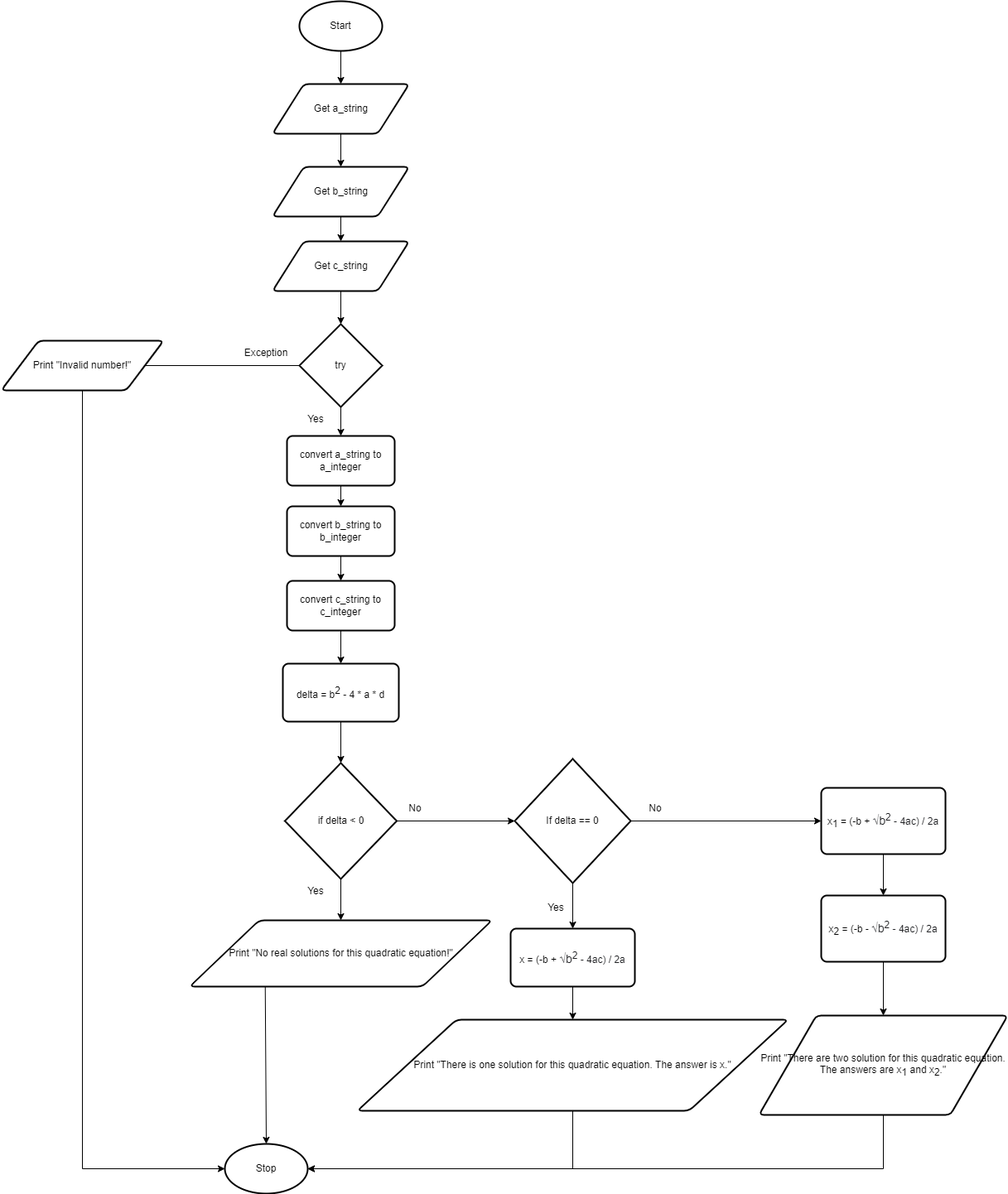
Yiyun-Qin/ICS3U-Assignment4-Python keeps this draw.io diagram as design.quadratic.flowchart.png. Above is the earlier version. Source tidied: cells renumbered, new cells last; positions are measured from the earlier drawing's top-left corner, leaving out a move shared by most shapes. The source it was exported from:
```xml
<mxGraphModel>
  <root>
    <mxCell id="0" />
    <mxCell id="1" parent="0" />
    <mxCell id="2" style="edgeStyle=none;html=1;exitX=0.5;exitY=1;exitDx=0;exitDy=0;exitPerimeter=0;entryX=0.5;entryY=0;entryDx=0;entryDy=0;" parent="1" edge="1" source="3" target="5">
      <mxGeometry relative="1" as="geometry" />
    </mxCell>
    <mxCell id="3" value="Start" style="strokeWidth=2;html=1;shape=mxgraph.flowchart.start_1;whiteSpace=wrap;" parent="1" vertex="1">
      <mxGeometry x="360" width="100" height="60" as="geometry" />
    </mxCell>
    <mxCell id="4" style="edgeStyle=none;html=1;exitX=0.5;exitY=1;exitDx=0;exitDy=0;entryX=0.5;entryY=0;entryDx=0;entryDy=0;" parent="1" edge="1" source="5" target="20">
      <mxGeometry relative="1" as="geometry" />
    </mxCell>
    <mxCell id="5" value="Get a_string" style="shape=parallelogram;html=1;strokeWidth=2;perimeter=parallelogramPerimeter;whiteSpace=wrap;rounded=1;arcSize=12;size=0.23;" parent="1" vertex="1">
      <mxGeometry x="327.5" y="100" width="165" height="60" as="geometry" />
    </mxCell>
    <mxCell id="6" value="Stop" style="strokeWidth=2;html=1;shape=mxgraph.flowchart.start_1;whiteSpace=wrap;" parent="1" vertex="1">
      <mxGeometry x="270" y="1380" width="100" height="60" as="geometry" />
    </mxCell>
    <mxCell id="7" value="Yes" style="text;html=1;strokeColor=none;fillColor=none;align=center;verticalAlign=middle;whiteSpace=wrap;rounded=0;" parent="1" vertex="1">
      <mxGeometry x="350" y="490" width="60" height="30" as="geometry" />
    </mxCell>
    <mxCell id="8" value="No" style="text;html=1;strokeColor=none;fillColor=none;align=center;verticalAlign=middle;whiteSpace=wrap;rounded=0;" parent="1" vertex="1">
      <mxGeometry x="470" y="960" width="60" height="30" as="geometry" />
    </mxCell>
    <mxCell id="9" style="edgeStyle=none;html=1;exitX=0.5;exitY=1;exitDx=0;exitDy=0;exitPerimeter=0;entryX=0.5;entryY=0;entryDx=0;entryDy=0;" parent="1" edge="1" source="11" target="13">
      <mxGeometry relative="1" as="geometry" />
    </mxCell>
    <mxCell id="10" style="edgeStyle=none;html=1;exitX=1;exitY=0.5;exitDx=0;exitDy=0;exitPerimeter=0;entryX=0;entryY=0.5;entryDx=0;entryDy=0;" parent="1" edge="1" source="11" target="15">
      <mxGeometry relative="1" as="geometry" />
    </mxCell>
    <mxCell id="11" value="try" style="strokeWidth=2;html=1;shape=mxgraph.flowchart.decision;whiteSpace=wrap;" parent="1" vertex="1">
      <mxGeometry x="360" y="390" width="100" height="100" as="geometry" />
    </mxCell>
    <mxCell id="12" style="edgeStyle=none;html=1;exitX=0.5;exitY=1;exitDx=0;exitDy=0;entryX=0.5;entryY=0;entryDx=0;entryDy=0;" parent="1" edge="1" source="13" target="24">
      <mxGeometry relative="1" as="geometry" />
    </mxCell>
    <mxCell id="13" value="convert a_string to a&lt;span style=&quot;color: rgba(0 , 0 , 0 , 0) ; font-family: monospace ; font-size: 0px&quot;&gt;%3CmxGraphModel%3E%3Croot%3E%3CmxCell%20id%3D%220%22%2F%3E%3CmxCell%20id%3D%221%22%20parent%3D%220%22%2F%3E%3CmxCell%20id%3D%222%22%20value%3D%22Get%20a_string%22%20style%3D%22shape%3Dparallelogram%3Bhtml%3D1%3BstrokeWidth%3D2%3Bperimeter%3DparallelogramPerimeter%3BwhiteSpace%3Dwrap%3Brounded%3D1%3BarcSize%3D12%3Bsize%3D0.23%3B%22%20vertex%3D%221%22%20parent%3D%221%22%3E%3CmxGeometry%20x%3D%22147.5%22%20y%3D%22100%22%20width%3D%22165%22%20height%3D%2260%22%20as%3D%22geometry%22%2F%3E%3C%2FmxCell%3E%3C%2Froot%3E%3C%2FmxGraphModel%3E&lt;/span&gt;_integer" style="rounded=1;whiteSpace=wrap;html=1;absoluteArcSize=1;arcSize=14;strokeWidth=2;" parent="1" vertex="1">
      <mxGeometry x="345" y="525" width="130" height="60" as="geometry" />
    </mxCell>
    <mxCell id="14" style="edgeStyle=orthogonalEdgeStyle;rounded=0;html=1;exitX=0.5;exitY=1;exitDx=0;exitDy=0;entryX=0;entryY=0.5;entryDx=0;entryDy=0;entryPerimeter=0;" parent="1" edge="1" source="15" target="6">
      <mxGeometry relative="1" as="geometry" />
    </mxCell>
    <mxCell id="15" value="Print &quot;Invalid number!&quot;" style="shape=parallelogram;html=1;strokeWidth=2;perimeter=parallelogramPerimeter;whiteSpace=wrap;rounded=1;arcSize=12;size=0.23;" parent="1" vertex="1">
      <mxGeometry y="410" width="196" height="60" as="geometry" />
    </mxCell>
    <mxCell id="16" value="Exception" style="text;html=1;strokeColor=none;fillColor=none;align=center;verticalAlign=middle;whiteSpace=wrap;rounded=0;" parent="1" vertex="1">
      <mxGeometry x="290" y="410" width="60" height="30" as="geometry" />
    </mxCell>
    <mxCell id="17" style="edgeStyle=none;html=1;exitX=0.25;exitY=1;exitDx=0;exitDy=0;entryX=0.5;entryY=0;entryDx=0;entryDy=0;entryPerimeter=0;" parent="1" edge="1" source="18" target="6">
      <mxGeometry relative="1" as="geometry" />
    </mxCell>
    <mxCell id="18" value="Print &quot;No real solutions for this quadratic equation!&quot;" style="shape=parallelogram;html=1;strokeWidth=2;perimeter=parallelogramPerimeter;whiteSpace=wrap;rounded=1;arcSize=12;size=0.23;" parent="1" vertex="1">
      <mxGeometry x="227.5" y="1110" width="365" height="80" as="geometry" />
    </mxCell>
    <mxCell id="19" style="edgeStyle=none;html=1;exitX=0.5;exitY=1;exitDx=0;exitDy=0;entryX=0.5;entryY=0;entryDx=0;entryDy=0;" parent="1" edge="1" source="20" target="22">
      <mxGeometry relative="1" as="geometry" />
    </mxCell>
    <mxCell id="20" value="Get b_string" style="shape=parallelogram;html=1;strokeWidth=2;perimeter=parallelogramPerimeter;whiteSpace=wrap;rounded=1;arcSize=12;size=0.23;" parent="1" vertex="1">
      <mxGeometry x="327.5" y="200" width="165" height="60" as="geometry" />
    </mxCell>
    <mxCell id="21" style="edgeStyle=none;html=1;exitX=0.5;exitY=1;exitDx=0;exitDy=0;entryX=0.5;entryY=0;entryDx=0;entryDy=0;entryPerimeter=0;" parent="1" edge="1" source="22" target="11">
      <mxGeometry relative="1" as="geometry" />
    </mxCell>
    <mxCell id="22" value="Get c_string" style="shape=parallelogram;html=1;strokeWidth=2;perimeter=parallelogramPerimeter;whiteSpace=wrap;rounded=1;arcSize=12;size=0.23;" parent="1" vertex="1">
      <mxGeometry x="327.5" y="290" width="165" height="60" as="geometry" />
    </mxCell>
    <mxCell id="23" style="edgeStyle=none;html=1;exitX=0.5;exitY=1;exitDx=0;exitDy=0;entryX=0.5;entryY=0;entryDx=0;entryDy=0;" parent="1" edge="1" source="24" target="26">
      <mxGeometry relative="1" as="geometry" />
    </mxCell>
    <mxCell id="24" value="convert b_string to b&lt;span style=&quot;color: rgba(0 , 0 , 0 , 0) ; font-family: monospace ; font-size: 0px&quot;&gt;%3CmxGraphModel%3E%3Croot%3E%3CmxCell%20id%3D%220%22%2F%3E%3CmxCell%20id%3D%221%22%20parent%3D%220%22%2F%3E%3CmxCell%20id%3D%222%22%20value%3D%22Get%20a_string%22%20style%3D%22shape%3Dparallelogram%3Bhtml%3D1%3BstrokeWidth%3D2%3Bperimeter%3DparallelogramPerimeter%3BwhiteSpace%3Dwrap%3Brounded%3D1%3BarcSize%3D12%3Bsize%3D0.23%3B%22%20vertex%3D%221%22%20parent%3D%221%22%3E%3CmxGeometry%20x%3D%22147.5%22%20y%3D%22100%22%20width%3D%22165%22%20height%3D%2260%22%20as%3D%22geometry%22%2F%3E%3C%2FmxCell%3E%3C%2Froot%3E%3C%2FmxGraphModel%3E&lt;/span&gt;_integer" style="rounded=1;whiteSpace=wrap;html=1;absoluteArcSize=1;arcSize=14;strokeWidth=2;" parent="1" vertex="1">
      <mxGeometry x="345" y="610" width="130" height="60" as="geometry" />
    </mxCell>
    <mxCell id="25" style="edgeStyle=none;html=1;exitX=0.5;exitY=1;exitDx=0;exitDy=0;entryX=0.5;entryY=0;entryDx=0;entryDy=0;" parent="1" edge="1" source="26" target="28">
      <mxGeometry relative="1" as="geometry" />
    </mxCell>
    <mxCell id="26" value="convert c_string to c&lt;span style=&quot;color: rgba(0 , 0 , 0 , 0) ; font-family: monospace ; font-size: 0px&quot;&gt;%3CmxGraphModel%3E%3Croot%3E%3CmxCell%20id%3D%220%22%2F%3E%3CmxCell%20id%3D%221%22%20parent%3D%220%22%2F%3E%3CmxCell%20id%3D%222%22%20value%3D%22Get%20a_string%22%20style%3D%22shape%3Dparallelogram%3Bhtml%3D1%3BstrokeWidth%3D2%3Bperimeter%3DparallelogramPerimeter%3BwhiteSpace%3Dwrap%3Brounded%3D1%3BarcSize%3D12%3Bsize%3D0.23%3B%22%20vertex%3D%221%22%20parent%3D%221%22%3E%3CmxGeometry%20x%3D%22147.5%22%20y%3D%22100%22%20width%3D%22165%22%20height%3D%2260%22%20as%3D%22geometry%22%2F%3E%3C%2FmxCell%3E%3C%2Froot%3E%3C%2FmxGraphModel%3&lt;/span&gt;_integer" style="rounded=1;whiteSpace=wrap;html=1;absoluteArcSize=1;arcSize=14;strokeWidth=2;" parent="1" vertex="1">
      <mxGeometry x="345" y="700" width="130" height="60" as="geometry" />
    </mxCell>
    <mxCell id="27" style="edgeStyle=none;html=1;exitX=0.5;exitY=1;exitDx=0;exitDy=0;entryX=0.5;entryY=0;entryDx=0;entryDy=0;entryPerimeter=0;" parent="1" edge="1" source="28" target="31">
      <mxGeometry relative="1" as="geometry" />
    </mxCell>
    <mxCell id="28" value="delta = b&lt;sup&gt;2&lt;/sup&gt; - 4 * a * d" style="rounded=1;whiteSpace=wrap;html=1;absoluteArcSize=1;arcSize=14;strokeWidth=2;" parent="1" vertex="1">
      <mxGeometry x="340" y="800" width="140" height="70" as="geometry" />
    </mxCell>
    <mxCell id="29" style="edgeStyle=none;html=1;exitX=0.5;exitY=1;exitDx=0;exitDy=0;exitPerimeter=0;entryX=0.5;entryY=0;entryDx=0;entryDy=0;" parent="1" edge="1" source="31" target="18">
      <mxGeometry relative="1" as="geometry" />
    </mxCell>
    <mxCell id="30" style="edgeStyle=none;html=1;exitX=1;exitY=0.5;exitDx=0;exitDy=0;exitPerimeter=0;entryX=0;entryY=0.5;entryDx=0;entryDy=0;entryPerimeter=0;" parent="1" edge="1" source="31" target="35">
      <mxGeometry relative="1" as="geometry" />
    </mxCell>
    <mxCell id="31" value="if delta &amp;lt; 0" style="strokeWidth=2;html=1;shape=mxgraph.flowchart.decision;whiteSpace=wrap;" parent="1" vertex="1">
      <mxGeometry x="342.5" y="920" width="135" height="140" as="geometry" />
    </mxCell>
    <mxCell id="32" value="Yes" style="text;html=1;strokeColor=none;fillColor=none;align=center;verticalAlign=middle;whiteSpace=wrap;rounded=0;" parent="1" vertex="1">
      <mxGeometry x="350" y="1060" width="60" height="30" as="geometry" />
    </mxCell>
    <mxCell id="33" style="edgeStyle=none;html=1;exitX=0.5;exitY=1;exitDx=0;exitDy=0;exitPerimeter=0;entryX=0.5;entryY=0;entryDx=0;entryDy=0;" parent="1" edge="1" source="35" target="37">
      <mxGeometry relative="1" as="geometry" />
    </mxCell>
    <mxCell id="34" style="edgeStyle=none;html=1;exitX=1;exitY=0.5;exitDx=0;exitDy=0;exitPerimeter=0;entryX=0;entryY=0.5;entryDx=0;entryDy=0;" parent="1" edge="1" source="35" target="41">
      <mxGeometry relative="1" as="geometry" />
    </mxCell>
    <mxCell id="35" value="If delta == 0" style="strokeWidth=2;html=1;shape=mxgraph.flowchart.decision;whiteSpace=wrap;" parent="1" vertex="1">
      <mxGeometry x="620" y="915" width="140" height="150" as="geometry" />
    </mxCell>
    <mxCell id="36" style="edgeStyle=none;html=1;exitX=0.5;exitY=1;exitDx=0;exitDy=0;entryX=0.5;entryY=0;entryDx=0;entryDy=0;" parent="1" edge="1" source="37" target="39">
      <mxGeometry relative="1" as="geometry" />
    </mxCell>
    <mxCell id="37" value="x = (-b +&amp;nbsp;&lt;span style=&quot;color: rgb(32 , 33 , 36) ; font-family: &amp;#34;arial&amp;#34; , sans-serif ; font-size: 14px ; background-color: rgb(255 , 255 , 255)&quot;&gt;√b&lt;sup&gt;2&lt;/sup&gt;&lt;/span&gt;&lt;span style=&quot;font-size: 11.6667px ; color: rgb(32 , 33 , 36) ; font-family: &amp;#34;arial&amp;#34; , sans-serif ; background-color: rgb(255 , 255 , 255)&quot;&gt;&amp;nbsp;- 4ac) / 2a&lt;/span&gt;" style="rounded=1;whiteSpace=wrap;html=1;absoluteArcSize=1;arcSize=14;strokeWidth=2;" parent="1" vertex="1">
      <mxGeometry x="615" y="1120" width="150" height="70" as="geometry" />
    </mxCell>
    <mxCell id="38" style="edgeStyle=orthogonalEdgeStyle;html=1;exitX=0.5;exitY=1;exitDx=0;exitDy=0;entryX=1;entryY=0.5;entryDx=0;entryDy=0;entryPerimeter=0;rounded=0;" parent="1" edge="1" source="39" target="6">
      <mxGeometry relative="1" as="geometry" />
    </mxCell>
    <mxCell id="39" value="Print &quot;There is one solution for this quadratic equation. The answer is x.&quot;" style="shape=parallelogram;html=1;strokeWidth=2;perimeter=parallelogramPerimeter;whiteSpace=wrap;rounded=1;arcSize=12;size=0.23;" parent="1" vertex="1">
      <mxGeometry x="430" y="1230" width="520" height="110" as="geometry" />
    </mxCell>
    <mxCell id="40" style="edgeStyle=none;html=1;exitX=0.5;exitY=1;exitDx=0;exitDy=0;entryX=0.5;entryY=0;entryDx=0;entryDy=0;" parent="1" edge="1" source="41" target="45">
      <mxGeometry relative="1" as="geometry" />
    </mxCell>
    <mxCell id="41" value="x&lt;sub&gt;1&lt;/sub&gt; = (-b +&amp;nbsp;&lt;span style=&quot;color: rgb(32 , 33 , 36) ; font-family: &amp;#34;arial&amp;#34; , sans-serif ; font-size: 14px ; background-color: rgb(255 , 255 , 255)&quot;&gt;√b&lt;sup&gt;2&lt;/sup&gt;&lt;/span&gt;&lt;span style=&quot;font-size: 11.6667px ; color: rgb(32 , 33 , 36) ; font-family: &amp;#34;arial&amp;#34; , sans-serif ; background-color: rgb(255 , 255 , 255)&quot;&gt;&amp;nbsp;- 4ac) / 2a&lt;/span&gt;" style="rounded=1;whiteSpace=wrap;html=1;absoluteArcSize=1;arcSize=14;strokeWidth=2;" parent="1" vertex="1">
      <mxGeometry x="990" y="950" width="150" height="80" as="geometry" />
    </mxCell>
    <mxCell id="42" value="Yes" style="text;html=1;strokeColor=none;fillColor=none;align=center;verticalAlign=middle;whiteSpace=wrap;rounded=0;" parent="1" vertex="1">
      <mxGeometry x="640" y="1080" width="60" height="30" as="geometry" />
    </mxCell>
    <mxCell id="43" value="No" style="text;html=1;strokeColor=none;fillColor=none;align=center;verticalAlign=middle;whiteSpace=wrap;rounded=0;" parent="1" vertex="1">
      <mxGeometry x="760" y="960" width="60" height="30" as="geometry" />
    </mxCell>
    <mxCell id="44" style="edgeStyle=none;html=1;exitX=0.5;exitY=1;exitDx=0;exitDy=0;entryX=0.5;entryY=0;entryDx=0;entryDy=0;" parent="1" edge="1" source="45" target="47">
      <mxGeometry relative="1" as="geometry" />
    </mxCell>
    <mxCell id="45" value="x&lt;span style=&quot;font-size: 10px&quot;&gt;&lt;sub&gt;2&lt;/sub&gt;&lt;/span&gt;&amp;nbsp;= (-b -&amp;nbsp;&lt;span style=&quot;color: rgb(32 , 33 , 36) ; font-family: &amp;#34;arial&amp;#34; , sans-serif ; font-size: 14px ; background-color: rgb(255 , 255 , 255)&quot;&gt;√b&lt;sup&gt;2&lt;/sup&gt;&lt;/span&gt;&lt;span style=&quot;font-size: 11.6667px ; color: rgb(32 , 33 , 36) ; font-family: &amp;#34;arial&amp;#34; , sans-serif ; background-color: rgb(255 , 255 , 255)&quot;&gt;&amp;nbsp;- 4ac) / 2a&lt;/span&gt;" style="rounded=1;whiteSpace=wrap;html=1;absoluteArcSize=1;arcSize=14;strokeWidth=2;" parent="1" vertex="1">
      <mxGeometry x="990" y="1080" width="150" height="80" as="geometry" />
    </mxCell>
    <mxCell id="46" style="edgeStyle=orthogonalEdgeStyle;rounded=0;html=1;exitX=0.5;exitY=1;exitDx=0;exitDy=0;entryX=1;entryY=0.5;entryDx=0;entryDy=0;entryPerimeter=0;" parent="1" edge="1" source="47" target="6">
      <mxGeometry relative="1" as="geometry" />
    </mxCell>
    <mxCell id="47" value="Print &quot;There are two solution for this quadratic equation. The answers are x&lt;sub&gt;1&lt;/sub&gt; and x&lt;sub&gt;2&lt;/sub&gt;.&quot;" style="shape=parallelogram;html=1;strokeWidth=2;perimeter=parallelogramPerimeter;whiteSpace=wrap;rounded=1;arcSize=12;size=0.23;" parent="1" vertex="1">
      <mxGeometry x="915" y="1225" width="300" height="120" as="geometry" />
    </mxCell>
  </root>
</mxGraphModel>
```
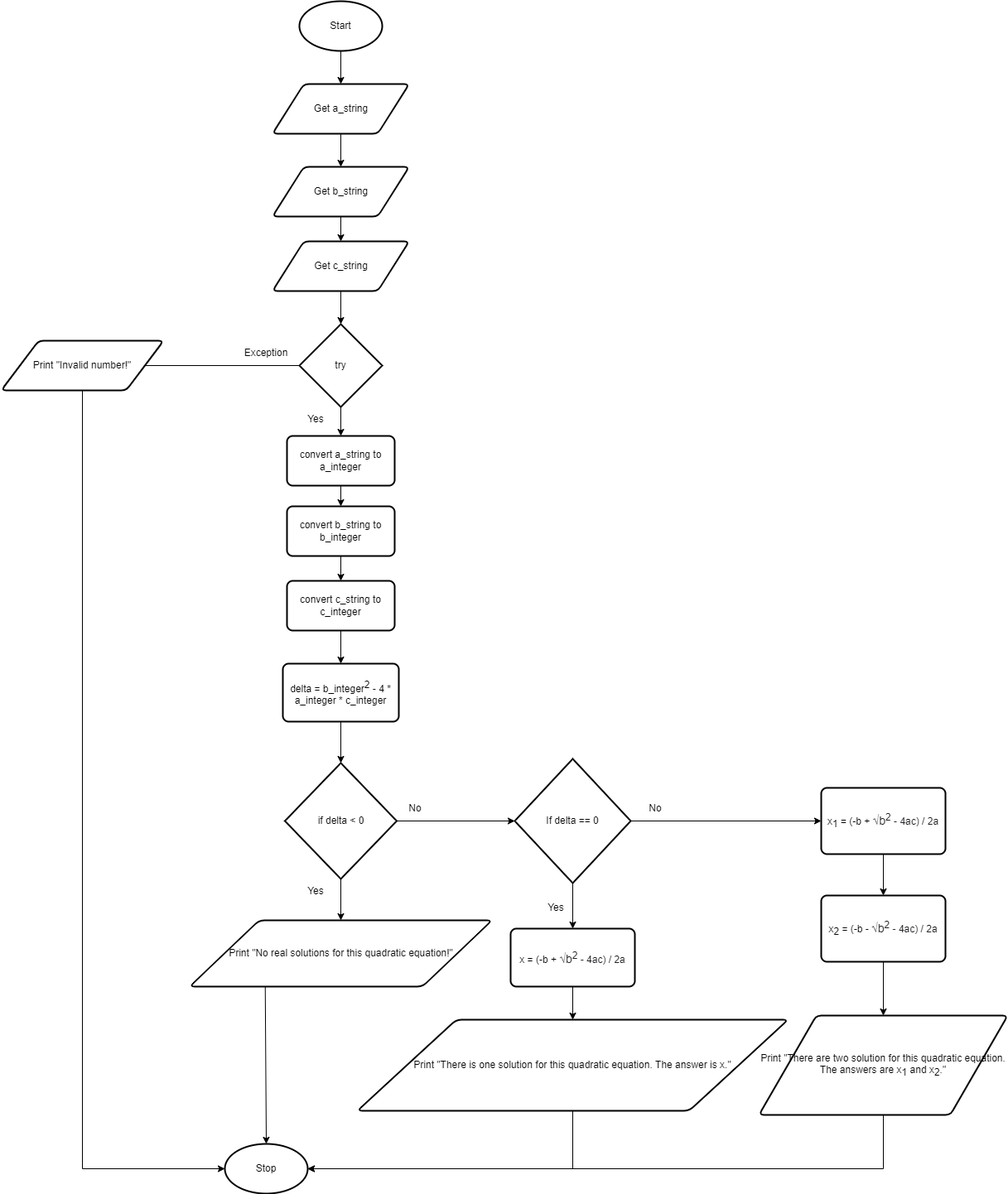
The same file after the commit.

The edit, as a diff of the source:
```diff
@@ -80,7 +80,7 @@
     <mxCell id="27" style="edgeStyle=none;html=1;exitX=0.5;exitY=1;exitDx=0;exitDy=0;entryX=0.5;entryY=0;entryDx=0;entryDy=0;entryPerimeter=0;" parent="1" edge="1" source="28" target="31">
       <mxGeometry relative="1" as="geometry" />
     </mxCell>
-    <mxCell id="28" value="delta = b&lt;sup&gt;2&lt;/sup&gt; - 4 * a * d" style="rounded=1;whiteSpace=wrap;html=1;absoluteArcSize=1;arcSize=14;strokeWidth=2;" parent="1" vertex="1">
+    <mxCell id="28" value="delta = b_integer&lt;sup&gt;2&lt;/sup&gt; - 4 * a_integer * c_integer" style="rounded=1;whiteSpace=wrap;html=1;absoluteArcSize=1;arcSize=14;strokeWidth=2;" parent="1" vertex="1">
       <mxGeometry x="340" y="800" width="140" height="70" as="geometry" />
     </mxCell>
     <mxCell id="29" style="edgeStyle=none;html=1;exitX=0.5;exitY=1;exitDx=0;exitDy=0;exitPerimeter=0;entryX=0.5;entryY=0;entryDx=0;entryDy=0;" parent="1" edge="1" source="31" target="18">
```
